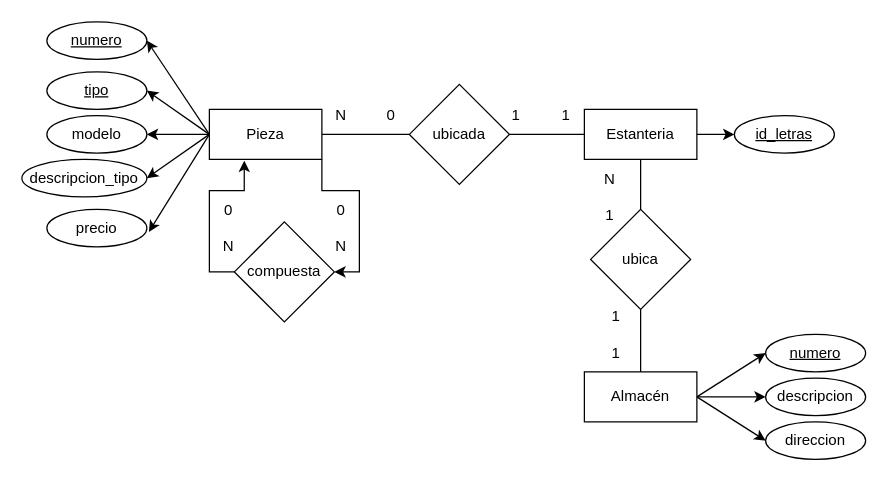
The draw.io diagram ej5.drawio in adriii28/amr-tsys-C3U12-11102023, before the edit. Source tidied: cells renumbered, new cells numbered last; positions are measured from the earlier drawing's top-left corner, leaving out a move shared by most shapes. Both pictures are drawn from the tidied source at 125%, with x=0, y=0 at pixel (21, 21).
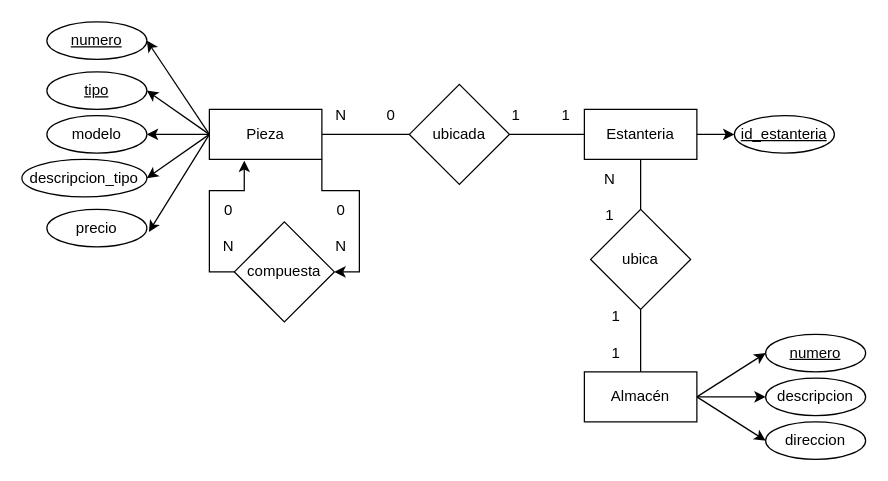
The same page after the edit.

Change to the diagram source:
```diff
@@
-    <mxCell id="27" value="id_letras" style="ellipse;whiteSpace=wrap;html=1;fontStyle=4;" parent="1" vertex="1">
+    <mxCell id="27" value="id_estanteria" style="ellipse;whiteSpace=wrap;html=1;fontStyle=4;" parent="1" vertex="1">
       <mxGeometry x="570" y="75" width="80" height="30" as="geometry" />
     </mxCell>
```
